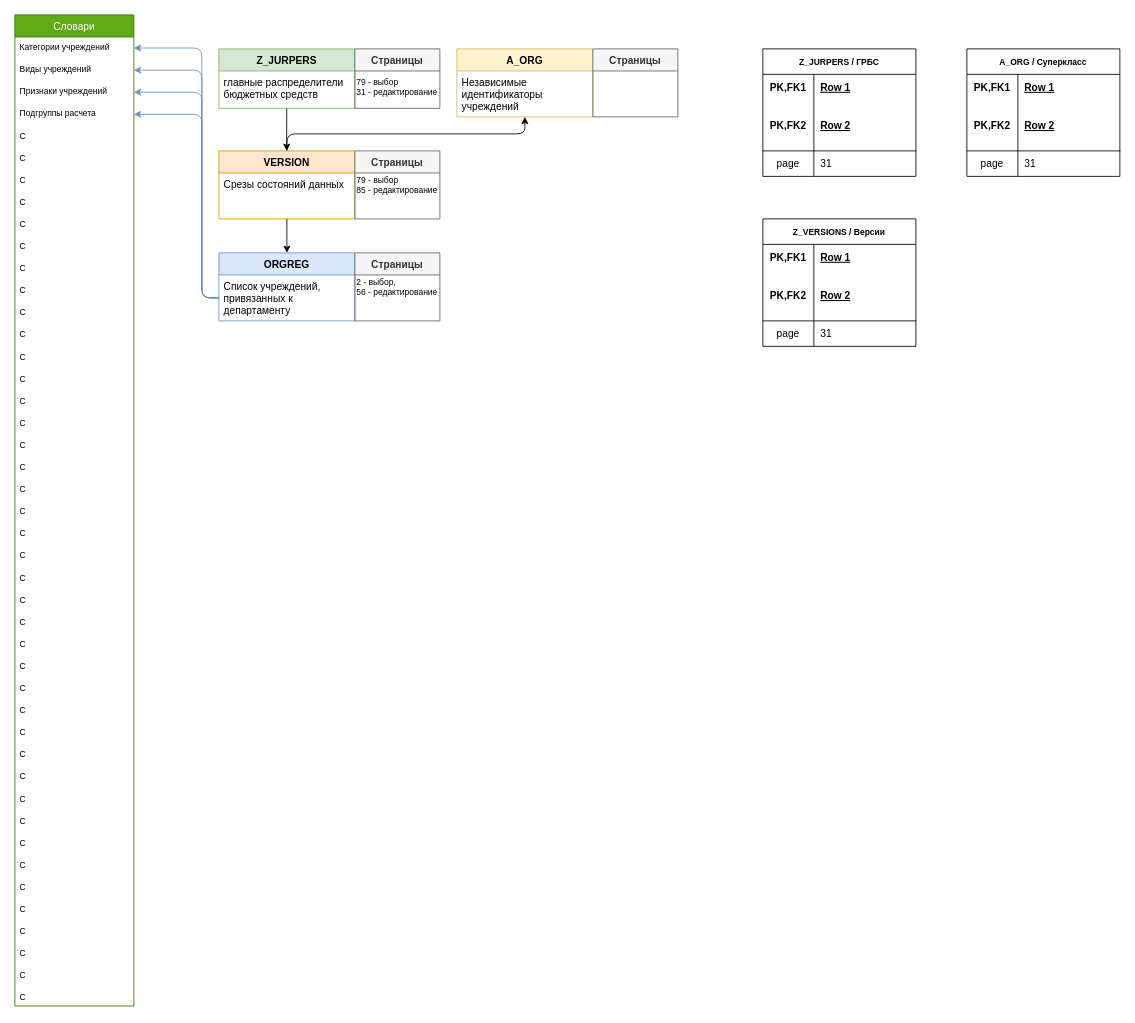
The draw.io diagram page "Учреждения(+)" (1 of 2) of Untitled Diagram.drawio in VasuaLun/ff, before the edit. Source tidied: cells renumbered, new cells numbered last; positions are measured from the earlier drawing's top-left corner, leaving out a move shared by most shapes. Both pictures are drawn from the tidied source at 85%, with x=0, y=0 at pixel (14, 14).
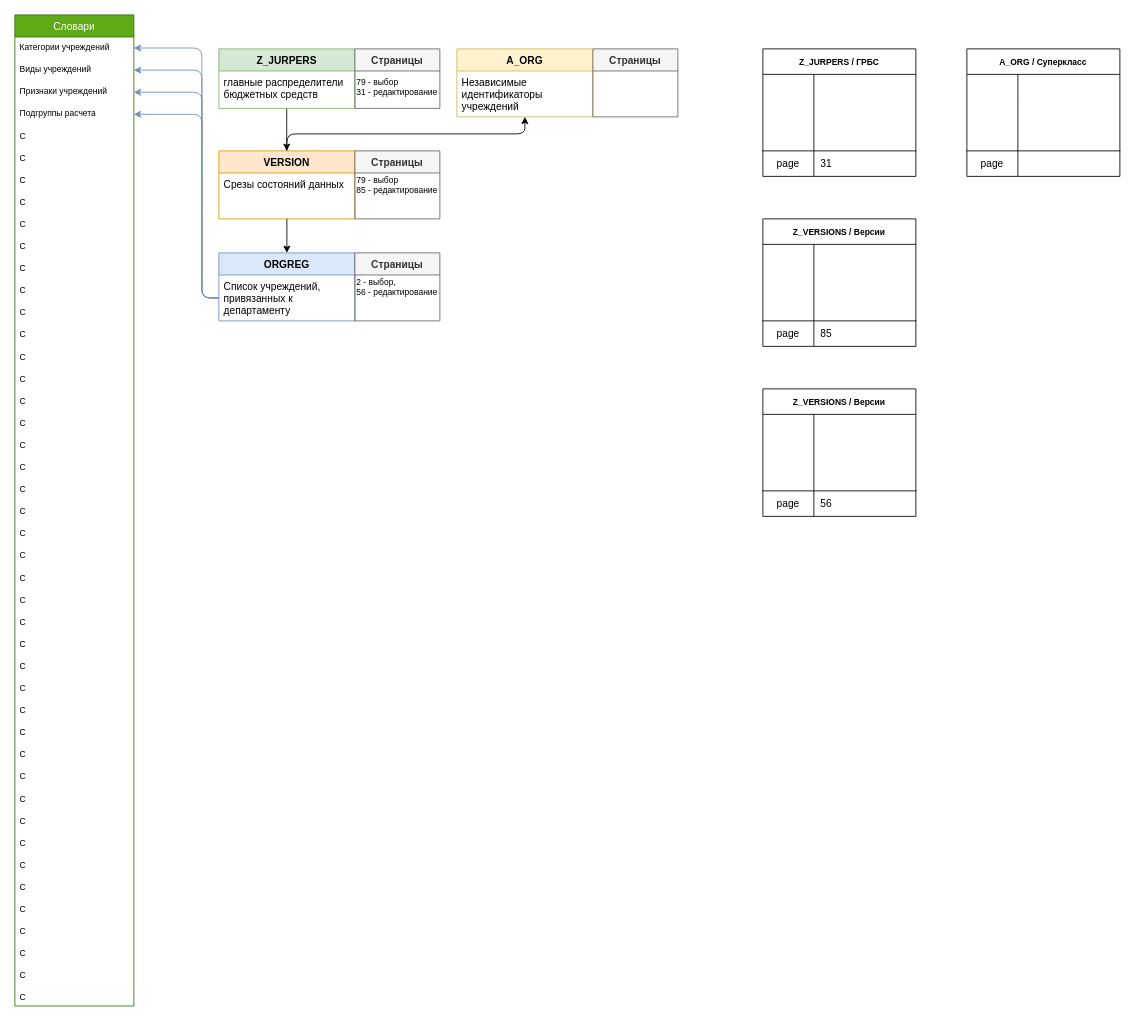
Above is the later version.

The change refers to these unchanged cells:
```xml
<mxCell id="75" style="shape=partialRectangle;fillColor=none;top=0;left=0;bottom=0;right=0;" parent="74" vertex="1">
  <mxGeometry y="30" width="180" height="30" as="geometry" />
</mxCell>
<mxCell id="78" style="shape=partialRectangle;fillColor=none;top=0;left=0;bottom=1;right=0;" parent="74" vertex="1">
  <mxGeometry y="60" width="180" height="60" as="geometry" />
</mxCell>
<mxCell id="85" style="shape=partialRectangle;fillColor=none;top=0;left=0;bottom=0;right=0;" parent="84" vertex="1">
  <mxGeometry y="30" width="180" height="30" as="geometry" />
</mxCell>
<mxCell id="88" style="shape=partialRectangle;fillColor=none;top=0;left=0;bottom=1;right=0;" parent="84" vertex="1">
  <mxGeometry y="60" width="180" height="60" as="geometry" />
</mxCell>
<mxCell id="91" style="shape=partialRectangle;fillColor=none;top=0;left=0;bottom=0;right=0;" parent="84" vertex="1">
  <mxGeometry y="120" width="180" height="30" as="geometry" />
</mxCell>
<mxCell id="95" style="shape=partialRectangle;fillColor=none;top=0;left=0;bottom=0;right=0;" parent="94" vertex="1">
  <mxGeometry y="30" width="180" height="30" as="geometry" />
</mxCell>
<mxCell id="98" style="shape=partialRectangle;fillColor=none;top=0;left=0;bottom=1;right=0;" parent="94" vertex="1">
  <mxGeometry y="60" width="180" height="60" as="geometry" />
</mxCell>
<mxCell id="101" style="shape=partialRectangle;fillColor=none;top=0;left=0;bottom=0;right=0;" parent="94" vertex="1">
  <mxGeometry y="120" width="180" height="30" as="geometry" />
</mxCell>
```

What changed in the source:
```diff
@@
-    <mxCell id="76" value="PK,FK1" style="shape=partialRectangle;fillColor=none;top=0;left=0;bottom=0;right=0;fontStyle=1;overflow=hidden;" parent="75" vertex="1">
+    <mxCell id="76" style="shape=partialRectangle;fillColor=none;top=0;left=0;bottom=0;right=0;fontStyle=1;overflow=hidden;" parent="75" vertex="1">
       <mxGeometry width="60" height="30" as="geometry" />
     </mxCell>
-    <mxCell id="77" value="Row 1" style="shape=partialRectangle;fillColor=none;top=0;left=0;bottom=0;right=0;align=left;spacingLeft=6;fontStyle=5;overflow=hidden;" parent="75" vertex="1">
+    <mxCell id="77" style="shape=partialRectangle;fillColor=none;top=0;left=0;bottom=0;right=0;align=left;spacingLeft=6;fontStyle=5;overflow=hidden;" parent="75" vertex="1">
       <mxGeometry x="60" width="120" height="30" as="geometry" />
     </mxCell>
@@
-    <mxCell id="79" value="PK,FK2" style="shape=partialRectangle;fillColor=none;top=0;left=0;bottom=0;right=0;fontStyle=1;overflow=hidden;" parent="78" vertex="1">
+    <mxCell id="79" style="shape=partialRectangle;fillColor=none;top=0;left=0;bottom=0;right=0;fontStyle=1;overflow=hidden;" parent="78" vertex="1">
       <mxGeometry width="60" height="60" as="geometry" />
     </mxCell>
-    <mxCell id="80" value="Row 2" style="shape=partialRectangle;fillColor=none;top=0;left=0;bottom=0;right=0;align=left;spacingLeft=6;fontStyle=5;overflow=hidden;" parent="78" vertex="1">
+    <mxCell id="80" style="shape=partialRectangle;fillColor=none;top=0;left=0;bottom=0;right=0;align=left;spacingLeft=6;fontStyle=5;overflow=hidden;" parent="78" vertex="1">
       <mxGeometry x="60" width="120" height="60" as="geometry" />
     </mxCell>
@@
-    <mxCell id="86" value="PK,FK1" style="shape=partialRectangle;fillColor=none;top=0;left=0;bottom=0;right=0;fontStyle=1;overflow=hidden;" parent="85" vertex="1">
+    <mxCell id="86" style="shape=partialRectangle;fillColor=none;top=0;left=0;bottom=0;right=0;fontStyle=1;overflow=hidden;" parent="85" vertex="1">
       <mxGeometry width="60" height="30" as="geometry" />
     </mxCell>
-    <mxCell id="87" value="Row 1" style="shape=partialRectangle;fillColor=none;top=0;left=0;bottom=0;right=0;align=left;spacingLeft=6;fontStyle=5;overflow=hidden;" parent="85" vertex="1">
+    <mxCell id="87" style="shape=partialRectangle;fillColor=none;top=0;left=0;bottom=0;right=0;align=left;spacingLeft=6;fontStyle=5;overflow=hidden;" parent="85" vertex="1">
       <mxGeometry x="60" width="120" height="30" as="geometry" />
     </mxCell>
@@
-    <mxCell id="89" value="PK,FK2" style="shape=partialRectangle;fillColor=none;top=0;left=0;bottom=0;right=0;fontStyle=1;overflow=hidden;" parent="88" vertex="1">
+    <mxCell id="89" style="shape=partialRectangle;fillColor=none;top=0;left=0;bottom=0;right=0;fontStyle=1;overflow=hidden;" parent="88" vertex="1">
       <mxGeometry width="60" height="60" as="geometry" />
     </mxCell>
-    <mxCell id="90" value="Row 2" style="shape=partialRectangle;fillColor=none;top=0;left=0;bottom=0;right=0;align=left;spacingLeft=6;fontStyle=5;overflow=hidden;" parent="88" vertex="1">
+    <mxCell id="90" style="shape=partialRectangle;fillColor=none;top=0;left=0;bottom=0;right=0;align=left;spacingLeft=6;fontStyle=5;overflow=hidden;" parent="88" vertex="1">
       <mxGeometry x="60" width="120" height="60" as="geometry" />
     </mxCell>
@@
-    <mxCell id="93" value="31" style="shape=partialRectangle;fillColor=none;top=0;left=0;bottom=0;right=0;align=left;spacingLeft=6;overflow=hidden;" parent="91" vertex="1">
+    <mxCell id="93" style="shape=partialRectangle;fillColor=none;top=0;left=0;bottom=0;right=0;align=left;spacingLeft=6;overflow=hidden;" parent="91" vertex="1">
       <mxGeometry x="60" width="120" height="30" as="geometry" />
     </mxCell>
@@
-    <mxCell id="96" value="PK,FK1" style="shape=partialRectangle;fillColor=none;top=0;left=0;bottom=0;right=0;fontStyle=1;overflow=hidden;" parent="95" vertex="1">
+    <mxCell id="96" style="shape=partialRectangle;fillColor=none;top=0;left=0;bottom=0;right=0;fontStyle=1;overflow=hidden;" parent="95" vertex="1">
       <mxGeometry width="60" height="30" as="geometry" />
     </mxCell>
-    <mxCell id="97" value="Row 1" style="shape=partialRectangle;fillColor=none;top=0;left=0;bottom=0;right=0;align=left;spacingLeft=6;fontStyle=5;overflow=hidden;" parent="95" vertex="1">
+    <mxCell id="97" style="shape=partialRectangle;fillColor=none;top=0;left=0;bottom=0;right=0;align=left;spacingLeft=6;fontStyle=5;overflow=hidden;" parent="95" vertex="1">
       <mxGeometry x="60" width="120" height="30" as="geometry" />
     </mxCell>
@@
-    <mxCell id="99" value="PK,FK2" style="shape=partialRectangle;fillColor=none;top=0;left=0;bottom=0;right=0;fontStyle=1;overflow=hidden;" parent="98" vertex="1">
+    <mxCell id="99" style="shape=partialRectangle;fillColor=none;top=0;left=0;bottom=0;right=0;fontStyle=1;overflow=hidden;" parent="98" vertex="1">
       <mxGeometry width="60" height="60" as="geometry" />
     </mxCell>
-    <mxCell id="100" value="Row 2" style="shape=partialRectangle;fillColor=none;top=0;left=0;bottom=0;right=0;align=left;spacingLeft=6;fontStyle=5;overflow=hidden;" parent="98" vertex="1">
+    <mxCell id="100" style="shape=partialRectangle;fillColor=none;top=0;left=0;bottom=0;right=0;align=left;spacingLeft=6;fontStyle=5;overflow=hidden;" parent="98" vertex="1">
       <mxGeometry x="60" width="120" height="60" as="geometry" />
     </mxCell>
@@
-    <mxCell id="103" value="31" style="shape=partialRectangle;fillColor=none;top=0;left=0;bottom=0;right=0;align=left;spacingLeft=6;overflow=hidden;" parent="101" vertex="1">
+    <mxCell id="103" value="85" style="shape=partialRectangle;fillColor=none;top=0;left=0;bottom=0;right=0;align=left;spacingLeft=6;overflow=hidden;" parent="101" vertex="1">
       <mxGeometry x="60" width="120" height="30" as="geometry" />
     </mxCell>
+    <mxCell id="104" value="Z_VERSIONS / Версии" style="shape=table;startSize=30;childLayout=tableLayout;rowLines=0;fontStyle=1;align=center;fontSize=10;" parent="1" vertex="1">
+      <mxGeometry x="880" y="440" width="180" height="150" as="geometry" />
+    </mxCell>
+    <mxCell id="105" style="shape=partialRectangle;fillColor=none;top=0;left=0;bottom=0;right=0;" parent="104" vertex="1">
+      <mxGeometry y="30" width="180" height="30" as="geometry" />
+    </mxCell>
+    <mxCell id="106" style="shape=partialRectangle;fillColor=none;top=0;left=0;bottom=0;right=0;fontStyle=1;overflow=hidden;" parent="105" vertex="1">
+      <mxGeometry width="60" height="30" as="geometry" />
+    </mxCell>
+    <mxCell id="107" style="shape=partialRectangle;fillColor=none;top=0;left=0;bottom=0;right=0;align=left;spacingLeft=6;fontStyle=5;overflow=hidden;" parent="105" vertex="1">
+      <mxGeometry x="60" width="120" height="30" as="geometry" />
+    </mxCell>
+    <mxCell id="108" style="shape=partialRectangle;fillColor=none;top=0;left=0;bottom=1;right=0;" parent="104" vertex="1">
+      <mxGeometry y="60" width="180" height="60" as="geometry" />
+    </mxCell>
+    <mxCell id="109" style="shape=partialRectangle;fillColor=none;top=0;left=0;bottom=0;right=0;fontStyle=1;overflow=hidden;" parent="108" vertex="1">
+      <mxGeometry width="60" height="60" as="geometry" />
+    </mxCell>
+    <mxCell id="110" style="shape=partialRectangle;fillColor=none;top=0;left=0;bottom=0;right=0;align=left;spacingLeft=6;fontStyle=5;overflow=hidden;" parent="108" vertex="1">
+      <mxGeometry x="60" width="120" height="60" as="geometry" />
+    </mxCell>
+    <mxCell id="111" style="shape=partialRectangle;fillColor=none;top=0;left=0;bottom=0;right=0;" parent="104" vertex="1">
+      <mxGeometry y="120" width="180" height="30" as="geometry" />
+    </mxCell>
+    <mxCell id="112" value="page" style="shape=partialRectangle;fillColor=none;top=0;left=0;bottom=0;right=0;overflow=hidden;" parent="111" vertex="1">
+      <mxGeometry width="60" height="30" as="geometry" />
+    </mxCell>
+    <mxCell id="113" value="56" style="shape=partialRectangle;fillColor=none;top=0;left=0;bottom=0;right=0;align=left;spacingLeft=6;overflow=hidden;" parent="111" vertex="1">
+      <mxGeometry x="60" width="120" height="30" as="geometry" />
+    </mxCell>
```
